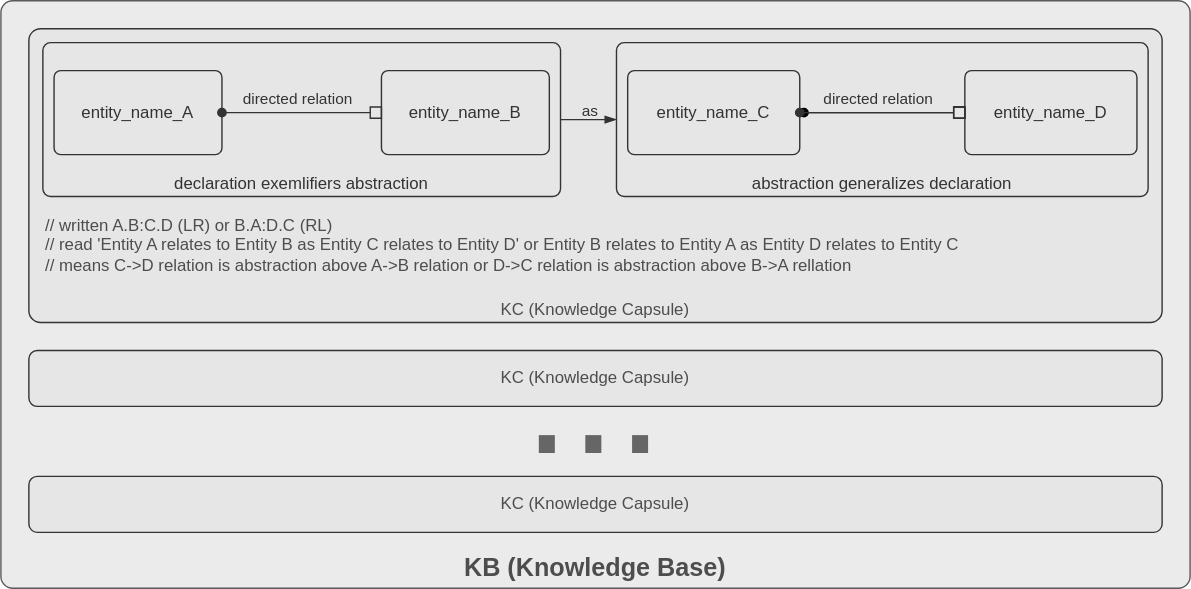
altershaman/abstractlang keeps this draw.io diagram as ablang.svg. Above is the earlier version. Source tidied: cells renumbered, new cells last; positions are measured from the earlier drawing's top-left corner, leaving out a move shared by most shapes.
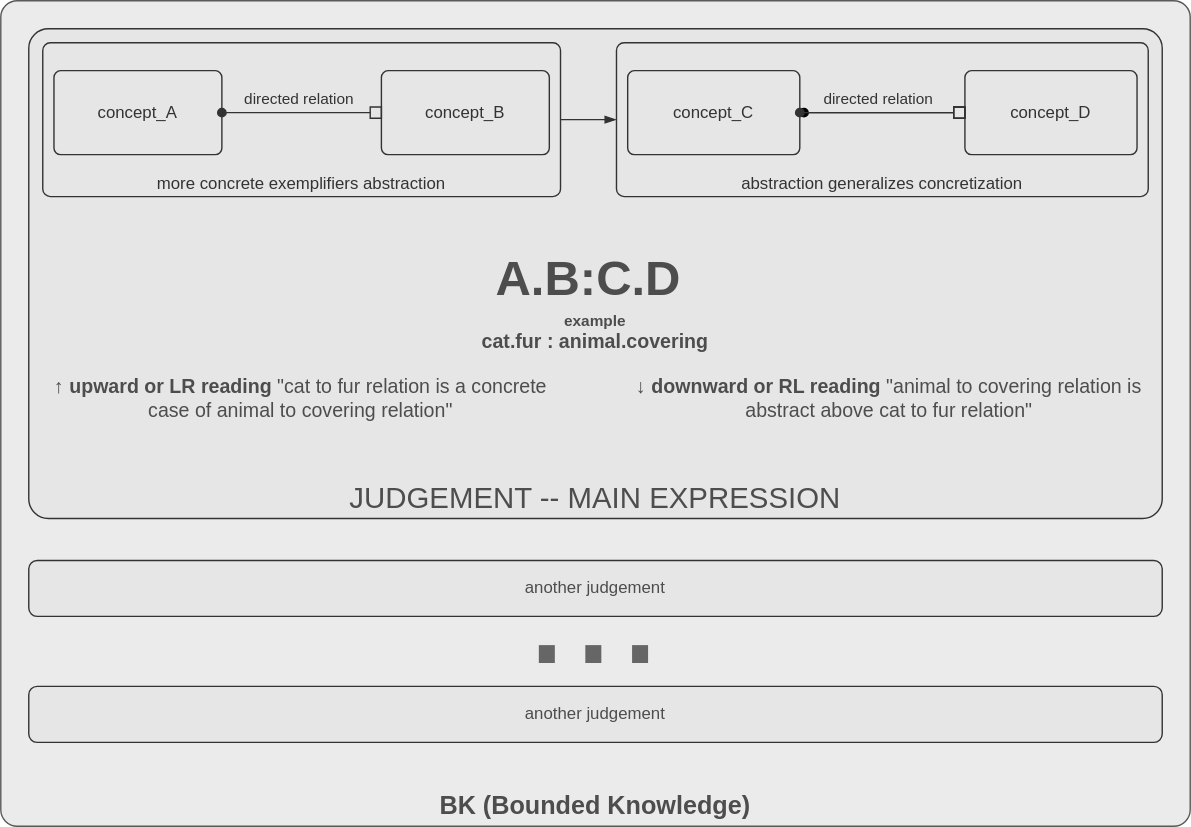
Above is the later version.

Commit message:
terminology refined

What changed in the source:
```diff
@@ -2,33 +2,28 @@
   <root>
     <mxCell id="0" />
     <mxCell id="1" parent="0" />
-    <mxCell id="2" value="KB (Knowledge Base)" style="rounded=1;whiteSpace=wrap;html=1;verticalAlign=bottom;fillColor=#E6E6E6;fontColor=#4D4D4D;strokeColor=#333333;arcSize=2;fontStyle=1;fontSize=18;opacity=80;" parent="1" vertex="1">
-      <mxGeometry width="850" height="420" as="geometry" />
+    <mxCell id="2" value="BK (Bounded Knowledge)" style="rounded=1;whiteSpace=wrap;html=1;verticalAlign=bottom;fillColor=#E6E6E6;fontColor=#4D4D4D;strokeColor=#333333;arcSize=2;fontStyle=1;fontSize=18;opacity=80;" parent="1" vertex="1">
+      <mxGeometry width="850" height="590" as="geometry" />
     </mxCell>
-    <mxCell id="3" value="KC (Knowledge Capsule)" style="rounded=1;whiteSpace=wrap;html=1;verticalAlign=bottom;fillColor=#E6E6E6;fontColor=#4D4D4D;arcSize=4;strokeColor=#333333;" parent="1" vertex="1">
-      <mxGeometry x="20" y="20" width="810" height="210" as="geometry" />
+    <mxCell id="3" value="JUDGEMENT -- MAIN EXPRESSION" style="rounded=1;whiteSpace=wrap;html=1;verticalAlign=bottom;fillColor=#E6E6E6;fontColor=#4D4D4D;arcSize=4;strokeColor=#333333;fontSize=21;" parent="1" vertex="1">
+      <mxGeometry x="20" y="20" width="810" height="350" as="geometry" />
     </mxCell>
     <mxCell id="4" style="edgeStyle=none;html=1;entryX=0;entryY=0.5;entryDx=0;entryDy=0;startArrow=none;startFill=0;endArrow=blockThin;endFill=1;fontColor=#333333;strokeColor=#333333;labelBackgroundColor=none;" parent="1" edge="1" source="6" target="10">
       <mxGeometry relative="1" as="geometry" />
     </mxCell>
-    <mxCell id="5" value="as" style="edgeLabel;html=1;align=center;verticalAlign=middle;labelBackgroundColor=none;fontColor=#333333;" parent="4" vertex="1">
-      <mxGeometry x="-0.14" y="1" relative="1" as="geometry">
-        <mxPoint x="3" y="-6" as="offset" />
-      </mxGeometry>
-    </mxCell>
-    <mxCell id="6" value="declaration exemlifiers abstraction" style="rounded=1;whiteSpace=wrap;html=1;verticalAlign=bottom;fillColor=none;fillStyle=dots;strokeColor=#333333;fontColor=#333333;arcSize=5;" parent="1" vertex="1">
+    <mxCell id="6" value="more concrete exemplifiers abstraction" style="rounded=1;whiteSpace=wrap;html=1;verticalAlign=bottom;fillColor=none;fillStyle=dots;strokeColor=#333333;fontColor=#333333;arcSize=5;" parent="1" vertex="1">
       <mxGeometry x="30" y="30" width="370" height="110" as="geometry" />
     </mxCell>
     <mxCell id="7" value="directed relation" style="edgeStyle=none;html=1;entryX=0;entryY=0.5;entryDx=0;entryDy=0;startArrow=oval;startFill=1;endArrow=box;endFill=0;strokeColor=#333333;fontColor=#333333;labelBackgroundColor=#E6E6E6;" parent="1" edge="1" source="8" target="9">
       <mxGeometry x="-0.05" y="10" relative="1" as="geometry" />
     </mxCell>
-    <mxCell id="8" value="entity_name_A" style="rounded=1;whiteSpace=wrap;html=1;strokeColor=#333333;fillColor=none;fontColor=#333333;arcSize=8;" parent="1" vertex="1">
+    <mxCell id="8" value="concept_A" style="rounded=1;whiteSpace=wrap;html=1;strokeColor=#333333;fillColor=none;fontColor=#333333;arcSize=8;" parent="1" vertex="1">
       <mxGeometry x="38" y="50" width="120" height="60" as="geometry" />
     </mxCell>
-    <mxCell id="9" value="entity_name_B" style="rounded=1;whiteSpace=wrap;html=1;strokeColor=#333333;fillColor=none;fontColor=#333333;arcSize=8;" parent="1" vertex="1">
+    <mxCell id="9" value="concept_B" style="rounded=1;whiteSpace=wrap;html=1;strokeColor=#333333;fillColor=none;fontColor=#333333;arcSize=8;" parent="1" vertex="1">
       <mxGeometry x="272" y="50" width="120" height="60" as="geometry" />
     </mxCell>
-    <mxCell id="10" value="abstraction generalizes declaration" style="rounded=1;whiteSpace=wrap;html=1;verticalAlign=bottom;fillColor=none;strokeColor=#333333;fontColor=#333333;fillStyle=dots;arcSize=5;" parent="1" vertex="1">
+    <mxCell id="10" value="abstraction generalizes concretization" style="rounded=1;whiteSpace=wrap;html=1;verticalAlign=bottom;fillColor=none;strokeColor=#333333;fontColor=#333333;fillStyle=dots;arcSize=5;" parent="1" vertex="1">
       <mxGeometry x="440" y="30" width="380" height="110" as="geometry" />
     </mxCell>
     <mxCell id="11" style="edgeStyle=none;html=1;entryX=0;entryY=0.5;entryDx=0;entryDy=0;startArrow=oval;startFill=1;endArrow=box;endFill=0;" parent="1" edge="1" target="13">
@@ -36,26 +31,32 @@
         <mxPoint x="574" y="80" as="sourcePoint" />
       </mxGeometry>
     </mxCell>
-    <mxCell id="12" value="entity_name_C" style="rounded=1;whiteSpace=wrap;html=1;fillColor=none;strokeColor=#333333;fontColor=#333333;arcSize=8;" parent="1" vertex="1">
+    <mxCell id="12" value="concept_C" style="rounded=1;whiteSpace=wrap;html=1;fillColor=none;strokeColor=#333333;fontColor=#333333;arcSize=8;" parent="1" vertex="1">
       <mxGeometry x="448" y="50" width="123" height="60" as="geometry" />
     </mxCell>
-    <mxCell id="13" value="entity_name_D" style="rounded=1;whiteSpace=wrap;html=1;fillColor=none;strokeColor=#333333;fontColor=#333333;arcSize=8;" parent="1" vertex="1">
+    <mxCell id="13" value="concept_D" style="rounded=1;whiteSpace=wrap;html=1;fillColor=none;strokeColor=#333333;fontColor=#333333;arcSize=8;" parent="1" vertex="1">
       <mxGeometry x="689" y="50" width="123" height="60" as="geometry" />
     </mxCell>
-    <mxCell id="14" value="KC (Knowledge Capsule)" style="rounded=1;whiteSpace=wrap;html=1;verticalAlign=middle;fillColor=#E6E6E6;fontColor=#4D4D4D;strokeColor=#333333;" parent="1" vertex="1">
-      <mxGeometry x="20" y="250" width="810" height="40" as="geometry" />
+    <mxCell id="14" value="another judgement" style="rounded=1;whiteSpace=wrap;html=1;verticalAlign=middle;fillColor=#E6E6E6;fontColor=#4D4D4D;strokeColor=#333333;" parent="1" vertex="1">
+      <mxGeometry x="20" y="400" width="810" height="40" as="geometry" />
     </mxCell>
-    <mxCell id="15" value="&lt;span style=&quot;color: rgb(77, 77, 77);&quot;&gt;// written A.B:C.D (LR) or B.A:D.C (RL)&lt;/span&gt;&lt;br style=&quot;color: rgb(77, 77, 77);&quot;&gt;&lt;span style=&quot;color: rgb(77, 77, 77);&quot;&gt;// read 'Entity A relates to Entity B as Entity C relates to Entity D' or Entity B relates to Entity A as Entity D relates to Entity C&lt;br&gt;// means C-&amp;gt;D relation is abstraction above A-&amp;gt;B relation or D-&amp;gt;C relation is abstraction above B-&amp;gt;A rellation&lt;br&gt;&lt;/span&gt;" style="rounded=0;whiteSpace=wrap;html=1;labelBackgroundColor=none;fillStyle=dots;strokeColor=none;fontColor=#FFFFFF;fillColor=none;align=left;" parent="1" vertex="1">
-      <mxGeometry x="30" y="145" width="790" height="60" as="geometry" />
+    <mxCell id="15" value="&lt;span style=&quot;color: rgb(77, 77, 77); font-size: 35px;&quot;&gt;A.B:C.D&amp;nbsp;&lt;br&gt;&lt;/span&gt;&lt;div style=&quot;font-size: 14px;&quot; class=&quot;example&quot;&gt;&lt;font color=&quot;#4d4d4d&quot;&gt;      &lt;span style=&quot;font-size: 11px;&quot;&gt;example&lt;/span&gt;&lt;font style=&quot;font-size: 14px;&quot;&gt;&lt;br&gt;      &lt;span style=&quot;&quot; class=&quot;ex-code&quot;&gt;cat.fur : animal.covering&lt;/span&gt;&lt;br&gt;    &lt;/font&gt;&lt;/font&gt;&lt;/div&gt;&lt;div style=&quot;font-size: 14px;&quot; class=&quot;readings&quot;&gt;&lt;font color=&quot;#4d4d4d&quot;&gt;&lt;br&gt;      &lt;/font&gt;&lt;div style=&quot;&quot; class=&quot;reading&quot;&gt;&lt;/div&gt;&lt;font color=&quot;#4d4d4d&quot;&gt;&lt;br&gt;      &lt;/font&gt;&lt;div style=&quot;&quot; class=&quot;reading&quot;&gt;&lt;br&gt;&lt;/div&gt;&lt;/div&gt;" style="rounded=0;whiteSpace=wrap;html=1;labelBackgroundColor=none;fillStyle=dots;strokeColor=none;fontColor=#FFFFFF;fillColor=none;align=center;fontStyle=1;fontSize=35;" parent="1" vertex="1">
+      <mxGeometry x="30" y="170" width="790" height="140" as="geometry" />
     </mxCell>
     <mxCell id="16" value="directed relation" style="edgeStyle=none;html=1;startArrow=oval;startFill=1;endArrow=box;endFill=0;strokeColor=#333333;fontColor=#333333;labelBackgroundColor=#E6E6E6;exitX=1;exitY=0.5;exitDx=0;exitDy=0;" parent="1" edge="1" source="12" target="13">
       <mxGeometry x="-0.05" y="10" relative="1" as="geometry" />
     </mxCell>
-    <mxCell id="17" value="KC (Knowledge Capsule)" style="rounded=1;whiteSpace=wrap;html=1;verticalAlign=middle;fillColor=#E6E6E6;fontColor=#4D4D4D;strokeColor=#333333;" parent="1" vertex="1">
-      <mxGeometry x="20" y="340" width="810" height="40" as="geometry" />
+    <mxCell id="17" value="another judgement" style="rounded=1;whiteSpace=wrap;html=1;verticalAlign=middle;fillColor=#E6E6E6;fontColor=#4D4D4D;strokeColor=#333333;" parent="1" vertex="1">
+      <mxGeometry x="20" y="490" width="810" height="40" as="geometry" />
     </mxCell>
     <mxCell id="18" value="&lt;span style=&quot;&quot;&gt;&lt;font style=&quot;font-size: 120px;&quot;&gt;...&lt;/font&gt;&lt;br&gt;&lt;/span&gt;" style="rounded=0;whiteSpace=wrap;html=1;labelBackgroundColor=none;fillStyle=dots;strokeColor=none;fontColor=#666666;fillColor=none;align=center;horizontal=1;" parent="1" vertex="1">
-      <mxGeometry x="204" y="276" width="440" height="10" as="geometry" />
+      <mxGeometry x="204" y="426" width="440" height="10" as="geometry" />
     </mxCell>
+    <mxCell id="19" value="&lt;span style=&quot;color: rgb(77, 77, 77); font-size: 14px; font-weight: 700;&quot; class=&quot;rdir&quot;&gt;↑&amp;nbsp;upward or LR reading&amp;nbsp;&lt;/span&gt;&lt;span style=&quot;color: rgb(77, 77, 77); font-size: 14px;&quot;&gt;&quot;cat to fur relation is a concrete case of animal to covering relation&quot;&lt;/span&gt;" style="rounded=1;whiteSpace=wrap;html=1;strokeColor=none;fillColor=none;fontColor=#333333;arcSize=8;" parent="1" vertex="1">
+      <mxGeometry x="29" y="254" width="371" height="60" as="geometry" />
+    </mxCell>
+    <mxCell id="20" value="&lt;span style=&quot;color: rgb(77, 77, 77); font-size: 14px; font-weight: 700;&quot; class=&quot;rdir&quot;&gt;↓ downward or RL reading&amp;nbsp;&lt;/span&gt;&lt;span style=&quot;color: rgb(77, 77, 77); font-size: 14px;&quot;&gt;&quot;animal to covering relation is abstract above cat to fur relation&quot;&lt;/span&gt;" style="rounded=1;whiteSpace=wrap;html=1;strokeColor=none;fillColor=none;fontColor=#333333;arcSize=8;" parent="1" vertex="1">
+      <mxGeometry x="450" y="254" width="370" height="60" as="geometry" />
+    </mxCell>
   </root>
 </mxGraphModel>
```
